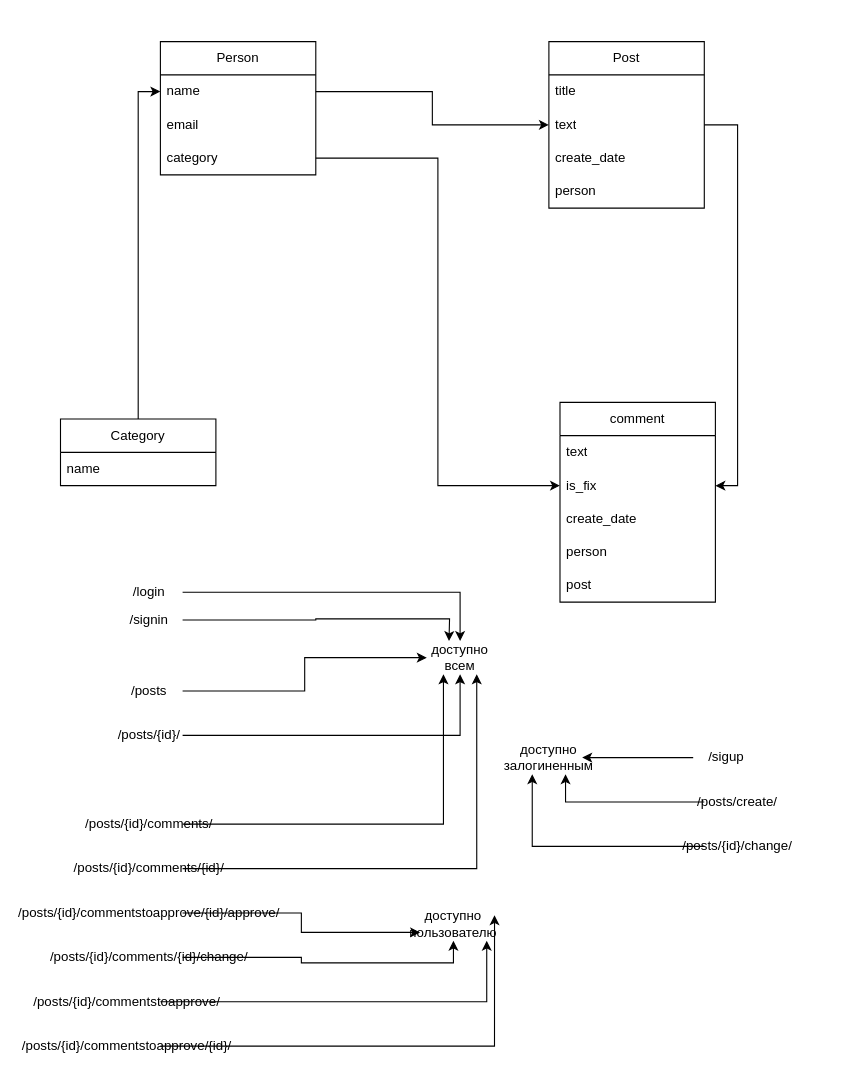
The draw.io diagram mmo_rpg_site.drawio in Scykorr/mmorpg_site, before the edit. Source tidied: cells renumbered, new cells numbered last; positions are measured from the earlier drawing's top-left corner, leaving out a move shared by most shapes. Both pictures are drawn from the tidied source at 111%, with x=0, y=0 at pixel (60, 41).
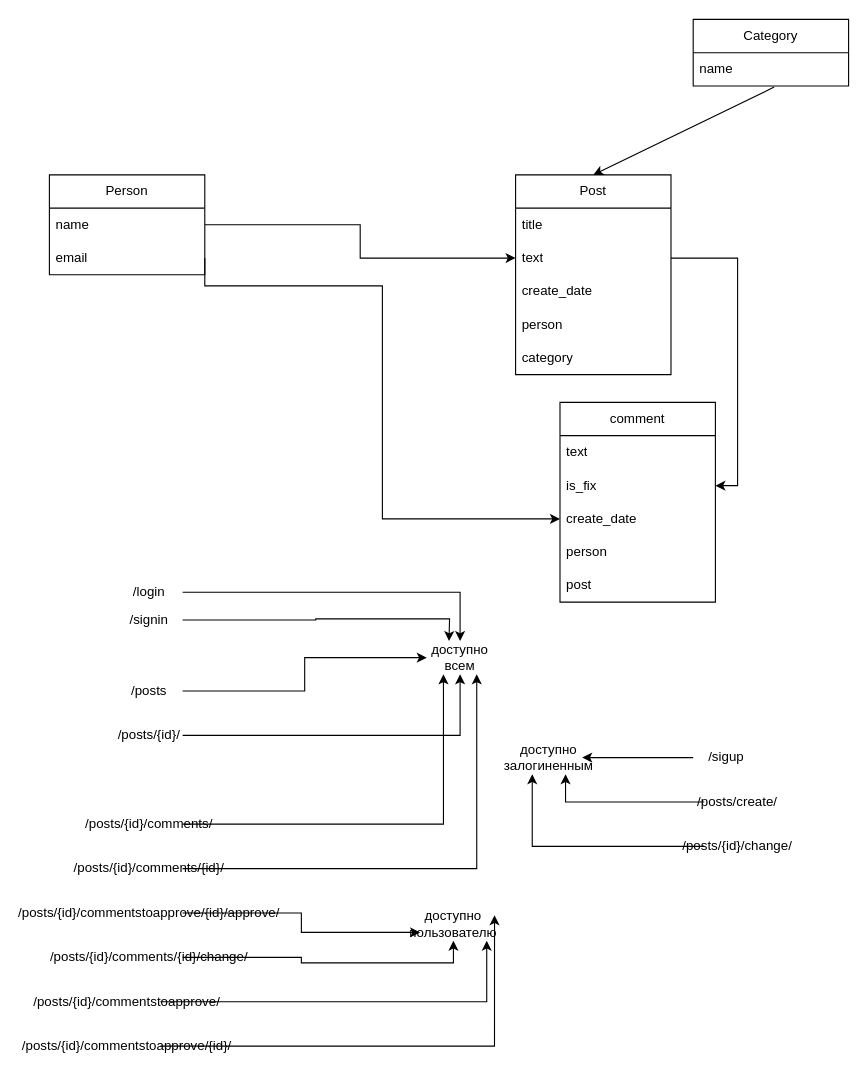
After the change.

Unchanged cells that the change refers to:
```xml
<mxCell id="3" value="name" style="text;strokeColor=none;fillColor=none;align=left;verticalAlign=middle;spacingLeft=4;spacingRight=4;overflow=hidden;points=[[0,0.5],[1,0.5]];portConstraint=eastwest;whiteSpace=wrap;html=1;" parent="2" vertex="1">
  <mxGeometry y="30" width="140" height="30" as="geometry" />
</mxCell>
<mxCell id="4" value="email" style="text;strokeColor=none;fillColor=none;align=left;verticalAlign=middle;spacingLeft=4;spacingRight=4;overflow=hidden;points=[[0,0.5],[1,0.5]];portConstraint=eastwest;whiteSpace=wrap;html=1;" parent="2" vertex="1">
  <mxGeometry y="60" width="140" height="30" as="geometry" />
</mxCell>
<mxCell id="13" value="is_fix" style="text;strokeColor=none;fillColor=none;align=left;verticalAlign=middle;spacingLeft=4;spacingRight=4;overflow=hidden;points=[[0,0.5],[1,0.5]];portConstraint=eastwest;whiteSpace=wrap;html=1;" parent="11" vertex="1">
  <mxGeometry y="60" width="140" height="30" as="geometry" />
</mxCell>
<mxCell id="14" value="create_date" style="text;strokeColor=none;fillColor=none;align=left;verticalAlign=middle;spacingLeft=4;spacingRight=4;overflow=hidden;points=[[0,0.5],[1,0.5]];portConstraint=eastwest;whiteSpace=wrap;html=1;" parent="11" vertex="1">
  <mxGeometry y="90" width="140" height="30" as="geometry" />
</mxCell>
<mxCell id="19" value="name" style="text;strokeColor=none;fillColor=none;align=left;verticalAlign=middle;spacingLeft=4;spacingRight=4;overflow=hidden;points=[[0,0.5],[1,0.5]];portConstraint=eastwest;whiteSpace=wrap;html=1;" parent="18" vertex="1">
  <mxGeometry y="30" width="140" height="30" as="geometry" />
</mxCell>
```

Diff of the diagram source:
```diff
@@
     <mxCell id="2" value="Person" style="swimlane;fontStyle=0;horizontal=1;startSize=30;whiteSpace=wrap;html=1;" parent="1" vertex="1">
-      <mxGeometry x="90" width="140" height="120" as="geometry" />
+      <mxGeometry x="-10" y="120" width="140" height="90" as="geometry" />
     </mxCell>
@@
-    <mxCell id="5" value="category" style="text;strokeColor=none;fillColor=none;align=left;verticalAlign=middle;spacingLeft=4;spacingRight=4;overflow=hidden;points=[[0,0.5],[1,0.5]];portConstraint=eastwest;whiteSpace=wrap;html=1;" parent="2" vertex="1">
-      <mxGeometry y="90" width="140" height="30" as="geometry" />
-    </mxCell>
     <mxCell id="6" value="Post" style="swimlane;fontStyle=0;horizontal=1;startSize=30;whiteSpace=wrap;html=1;" parent="1" vertex="1">
-      <mxGeometry x="440" width="140" height="150" as="geometry" />
+      <mxGeometry x="410" y="120" width="140" height="180" as="geometry" />
     </mxCell>
@@
+    <mxCell id="5" value="category" style="text;strokeColor=none;fillColor=none;align=left;verticalAlign=middle;spacingLeft=4;spacingRight=4;overflow=hidden;points=[[0,0.5],[1,0.5]];portConstraint=eastwest;whiteSpace=wrap;html=1;" parent="6" vertex="1">
+      <mxGeometry y="150" width="140" height="30" as="geometry" />
+    </mxCell>
@@
-    <mxCell id="17" style="edgeStyle=orthogonalEdgeStyle;rounded=0;jettySize=auto;html=1;exitX=0.5;exitY=0;exitDx=0;exitDy=0;entryX=0;entryY=0.5;entryDx=0;entryDy=0;" parent="1" edge="1" source="18" target="3">
-      <mxGeometry relative="1" as="geometry" />
-    </mxCell>
     <mxCell id="18" value="Category" style="swimlane;fontStyle=0;horizontal=1;startSize=30;whiteSpace=wrap;html=1;" parent="1" vertex="1">
-      <mxGeometry y="340" width="140" height="60" as="geometry" />
+      <mxGeometry x="570" y="-20" width="140" height="60" as="geometry" />
     </mxCell>
@@
-    <mxCell id="21" style="edgeStyle=orthogonalEdgeStyle;rounded=0;jettySize=auto;html=1;exitX=1;exitY=0.5;exitDx=0;exitDy=0;entryX=0;entryY=0.5;entryDx=0;entryDy=0;" parent="1" edge="1" source="5" target="13">
+    <mxCell id="21" style="edgeStyle=orthogonalEdgeStyle;rounded=0;jettySize=auto;html=1;exitX=1;exitY=0.5;exitDx=0;exitDy=0;entryX=0;entryY=0.5;entryDx=0;entryDy=0;" parent="1" edge="1" target="13">
       <mxGeometry relative="1" as="geometry" />
     </mxCell>
@@
+    <mxCell id="52" style="endArrow=classic;html=1;rounded=0;exitX=0.521;exitY=1.033;exitDx=0;exitDy=0;exitPerimeter=0;entryX=0.5;entryY=0;entryDx=0;entryDy=0;" parent="1" edge="1" source="19" target="6">
+      <mxGeometry relative="1" as="geometry" />
+    </mxCell>
+    <mxCell id="53" style="edgeStyle=orthogonalEdgeStyle;rounded=0;jettySize=auto;html=1;exitX=1;exitY=0.5;exitDx=0;exitDy=0;entryX=0;entryY=0.5;entryDx=0;entryDy=0;" parent="1" edge="1" source="4" target="14">
+      <mxGeometry relative="1" as="geometry">
+        <Array as="points">
+          <mxPoint x="130" y="220" />
+          <mxPoint x="290" y="220" />
+          <mxPoint x="290" y="430" />
+        </Array>
+      </mxGeometry>
+    </mxCell>
```
